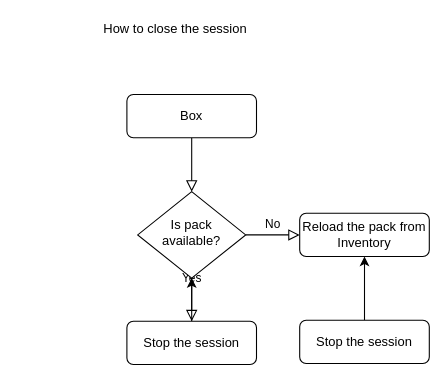
The draw.io diagram Untitled Diagram.drawio in Usha1206/FlowCharts, before the edit. Source tidied: cells renumbered, new cells numbered last; positions are measured from the earlier drawing's top-left corner, leaving out a move shared by most shapes. Both pictures are drawn from the tidied source at 108%, with x=0, y=0 at pixel (18, 18).
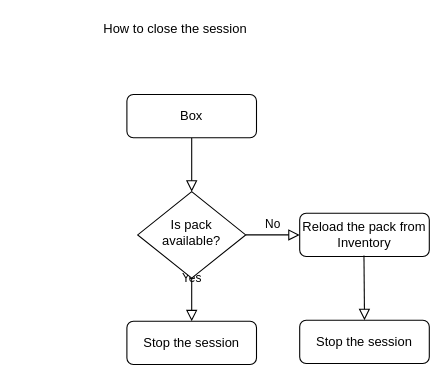
The same diagram, later.

Commit message:
Closing_session

Diff of the diagram source:
```diff
@@
 <mxGraphModel>
   <root>
     <mxCell id="0" />
     <mxCell id="1" parent="0" />
     <mxCell id="2" style="rounded=0;html=1;jettySize=auto;fontSize=11;endArrow=block;endFill=0;endSize=8;strokeWidth=1;shadow=0;labelBackgroundColor=none;edgeStyle=orthogonalEdgeStyle;" parent="1" edge="1" source="3" target="6">
       <mxGeometry relative="1" as="geometry" />
     </mxCell>
     <mxCell id="3" value="Box" style="rounded=1;whiteSpace=wrap;html=1;fontSize=12;glass=0;strokeWidth=1;shadow=0;" parent="1" vertex="1">
       <mxGeometry x="100" y="70" width="120" height="40" as="geometry" />
     </mxCell>
     <mxCell id="4" value="Yes" style="rounded=0;html=1;jettySize=auto;fontSize=11;endArrow=block;endFill=0;endSize=8;strokeWidth=1;shadow=0;labelBackgroundColor=none;edgeStyle=orthogonalEdgeStyle;" parent="1" edge="1" source="6">
       <mxGeometry y="20" relative="1" as="geometry">
         <mxPoint x="160" y="280" as="targetPoint" />
       </mxGeometry>
     </mxCell>
     <mxCell id="5" value="No" style="edgeStyle=orthogonalEdgeStyle;rounded=0;html=1;jettySize=auto;fontSize=11;endArrow=block;endFill=0;endSize=8;strokeWidth=1;shadow=0;labelBackgroundColor=none;" parent="1" edge="1" source="6" target="7">
       <mxGeometry y="10" relative="1" as="geometry" />
     </mxCell>
     <mxCell id="6" value="Is pack available?" style="rhombus;whiteSpace=wrap;html=1;shadow=0;fontFamily=Helvetica;fontSize=12;align=center;strokeWidth=1;spacing=6;spacingTop=-4;" parent="1" vertex="1">
       <mxGeometry x="110" y="160" width="100" height="80" as="geometry" />
     </mxCell>
     <mxCell id="7" value="Reload the pack from Inventory" style="rounded=1;whiteSpace=wrap;html=1;fontSize=12;glass=0;strokeWidth=1;shadow=0;" parent="1" vertex="1">
       <mxGeometry x="260" y="180" width="120" height="40" as="geometry" />
     </mxCell>
     <mxCell id="8" value="How to close the session" style="text;html=1;strokeColor=none;fillColor=none;align=center;verticalAlign=middle;whiteSpace=wrap;rounded=0;" parent="1" vertex="1">
       <mxGeometry width="290" height="20" as="geometry" />
     </mxCell>
-    <mxCell id="9" style="edgeStyle=orthogonalEdgeStyle;rounded=0;jettySize=auto;html=1;" parent="1" edge="1" source="10" target="6">
-      <mxGeometry relative="1" as="geometry" />
-    </mxCell>
     <mxCell id="10" value="Stop the session" style="rounded=1;whiteSpace=wrap;html=1;fontSize=12;glass=0;strokeWidth=1;shadow=0;" parent="1" vertex="1">
       <mxGeometry x="100" y="280" width="120" height="40" as="geometry" />
     </mxCell>
-    <mxCell id="11" style="edgeStyle=orthogonalEdgeStyle;rounded=0;jettySize=auto;html=1;" parent="1" edge="1" source="12">
-      <mxGeometry relative="1" as="geometry">
-        <mxPoint x="320" y="220" as="targetPoint" />
-      </mxGeometry>
-    </mxCell>
     <mxCell id="12" value="Stop the session" style="rounded=1;whiteSpace=wrap;html=1;fontSize=12;glass=0;strokeWidth=1;shadow=0;" parent="1" vertex="1">
       <mxGeometry x="260" y="279" width="120" height="40" as="geometry" />
     </mxCell>
+    <mxCell id="13" style="rounded=0;html=1;jettySize=auto;fontSize=11;endArrow=block;endFill=0;endSize=8;strokeWidth=1;shadow=0;labelBackgroundColor=none;edgeStyle=orthogonalEdgeStyle;entryX=0.5;entryY=0;entryDx=0;entryDy=0;" parent="1" edge="1" target="12">
+      <mxGeometry relative="1" as="geometry">
+        <mxPoint x="319.5" y="219" as="sourcePoint" />
+      </mxGeometry>
+    </mxCell>
   </root>
 </mxGraphModel>
```
